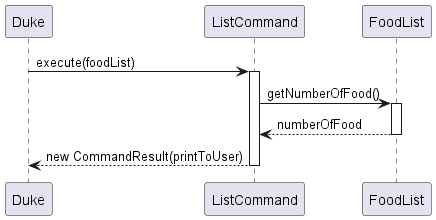
Above: docs/images/ListCommandSequenceDiagram.png in tsx0314/tp (PlantUML), before the change.
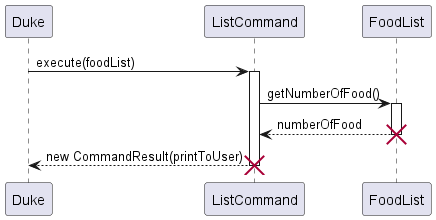
The same diagram one commit later.

Diff of the diagram source:
```diff
@@ -6,12 +6,14 @@
 
 Duke -> ListCommand: execute(foodList)
 activate ListCommand
-
 ListCommand -> FoodList: getNumberOfFood()
 activate FoodList
 ListCommand <-- FoodList: numberOfFood
 deactivate FoodList
+destroy FoodList
 
 ListCommand --> Duke: new CommandResult(printToUser)
 deactivate ListCommand
+destroy ListCommand
+
 @enduml
```
